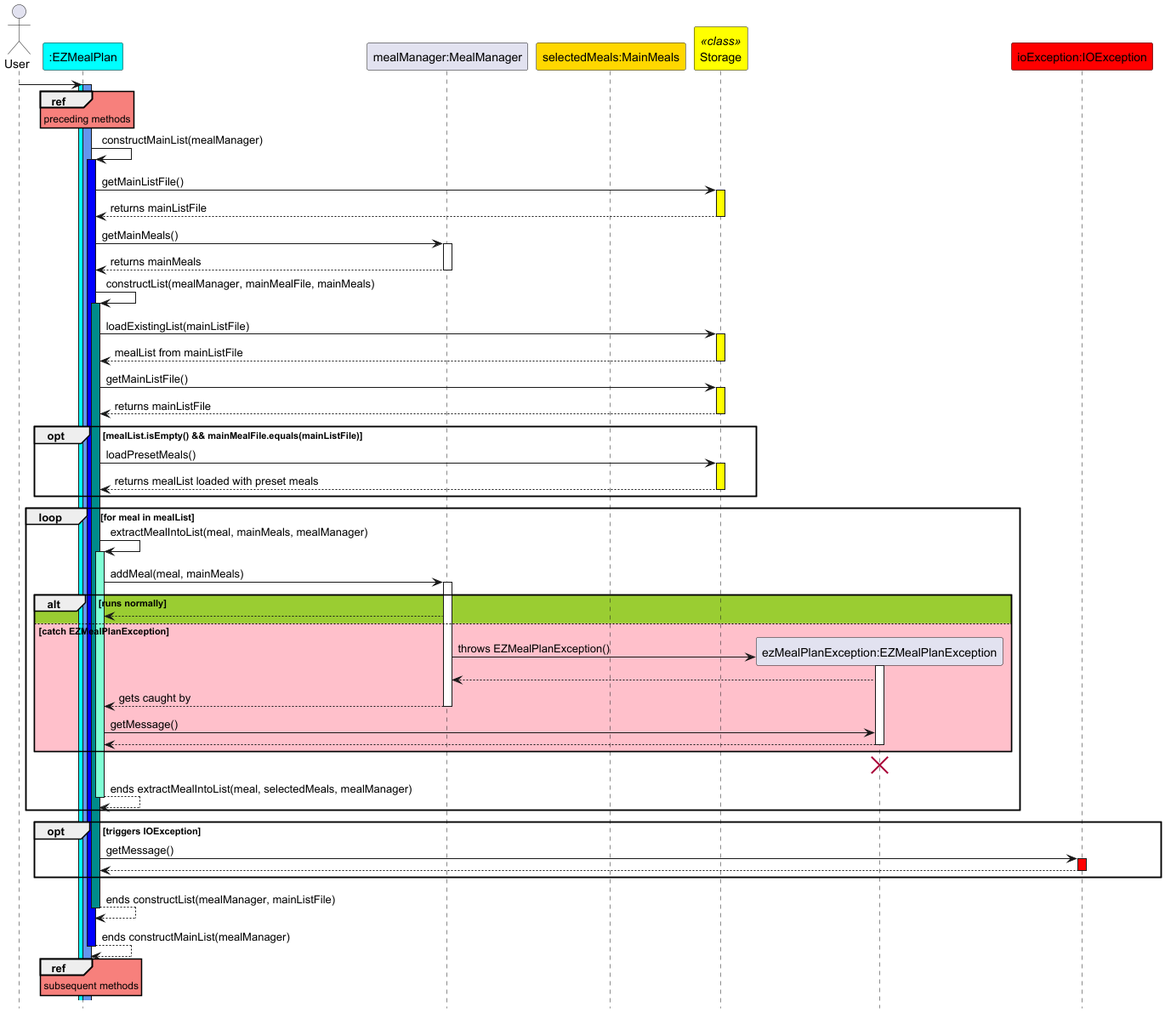
This is docs/diagrams/ConstructingMainMeals.png from wentuoc/tp, a PlantUML export, as it was before one commit.
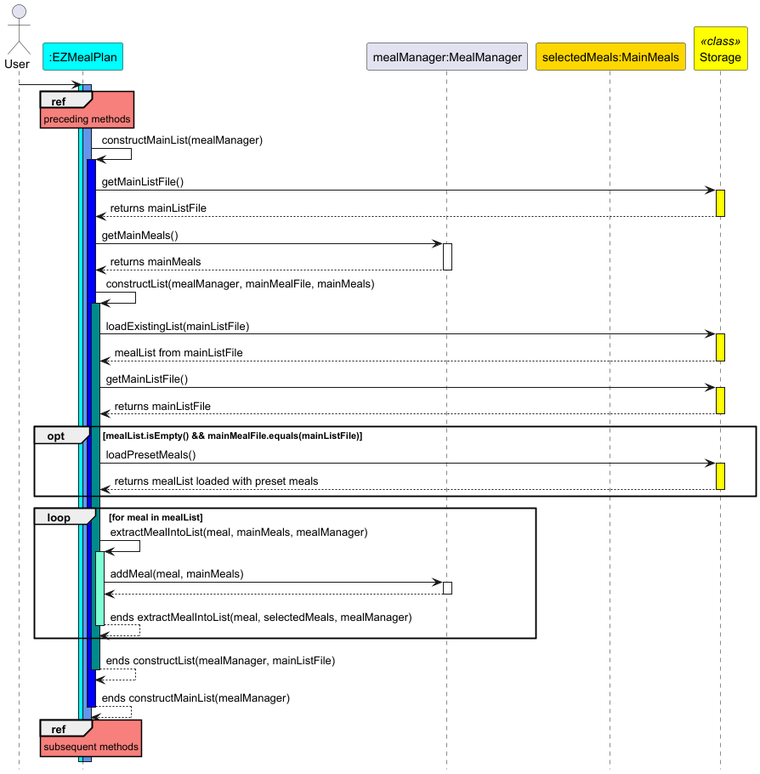
Above is the later version.

Diff of the diagram source:
```diff
@@ -7,8 +7,6 @@
 participant "mealManager:MealManager" as MealManager
 participant "selectedMeals:MainMeals" as MainMeals #gold
 participant "Storage" as Storage <<class>> #Yellow
-participant "ezMealPlanException:EZMealPlanException" as EZMealPlanException
-participant "ioException:IOException" as IOException #red
 
 User -> EZMealPlan
 activate EZMealPlan #Cyan
@@ -47,30 +45,11 @@
 activate EZMealPlan #aquamarine
 EZMealPlan -> MealManager : addMeal(meal, mainMeals)
 activate MealManager
-alt #yellowgreen runs normally
 MealManager --> EZMealPlan
-else #pink catch EZMealPlanException
-create EZMealPlanException
-MealManager -> EZMealPlanException : throws EZMealPlanException()
-activate EZMealPlanException
-EZMealPlanException --> MealManager
-MealManager --> EZMealPlan : gets caught by
-deactivate MealManager
-EZMealPlan -> EZMealPlanException : getMessage()
-EZMealPlanException --> EZMealPlan
-deactivate EZMealPlanException
-end alt
-destroy EZMealPlanException
 deactivate MealManager
 EZMealPlan --> EZMealPlan : ends extractMealIntoList(meal, selectedMeals, mealManager)
 deactivate EZMealPlan
 end loop
-opt triggers IOException
-EZMealPlan -> IOException : getMessage()
-activate IOException #red
-IOException --> EZMealPlan
-deactivate IOException
-end opt
 EZMealPlan --> EZMealPlan : ends constructList(mealManager, mainListFile)
 deactivate EZMealPlan
 EZMealPlan --> EZMealPlan : ends constructMainList(mealManager)
```
